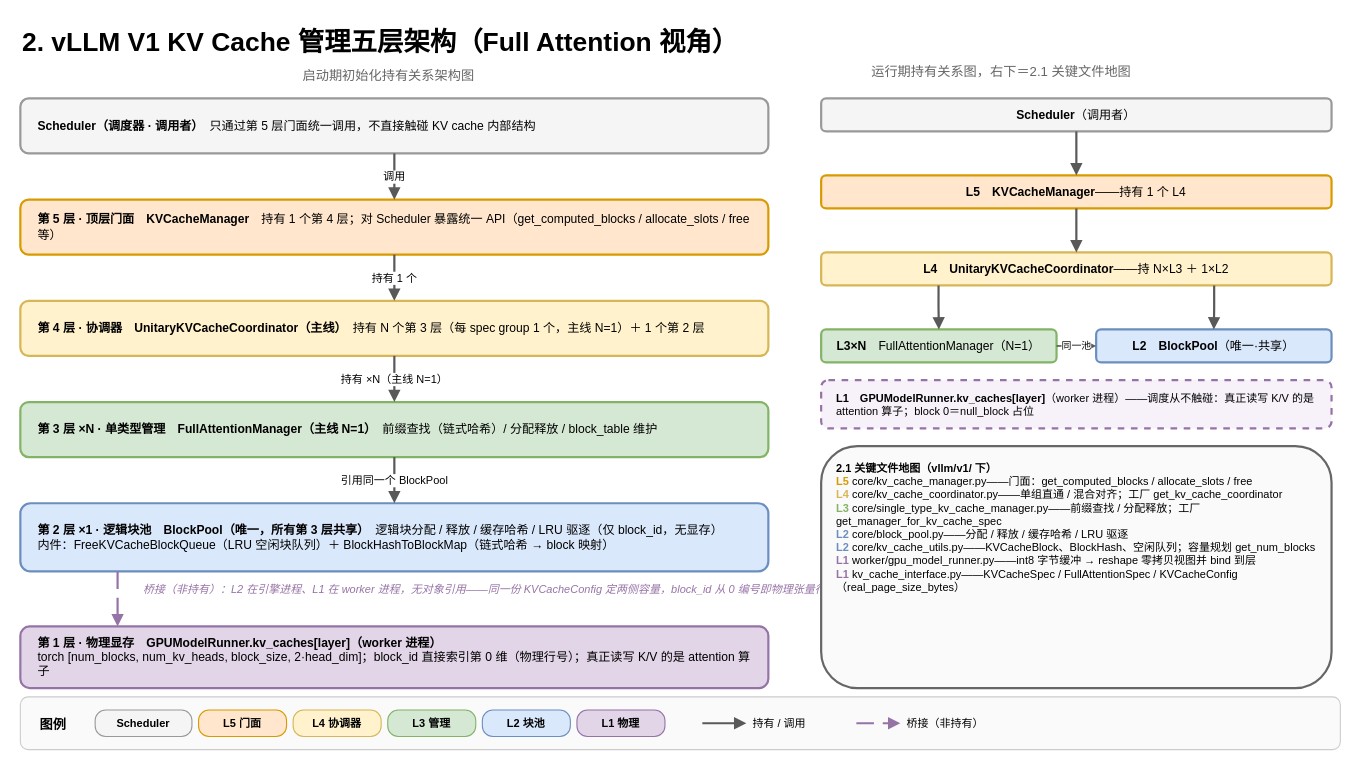
GoCHug/vllm keeps this draw.io diagram as page "2-五层架构总览" (2 of 4) of vllm/v1/core/kvcache_draw_ppt_v2/kv_cache_five_layer_arch.drawio. Above is the earlier version. Source tidied: cells renumbered, new cells numbered last; positions are measured from the earlier drawing's top-left corner, leaving out a move shared by most shapes. Both pictures are drawn from the tidied source at 110%, with x=0, y=0 at pixel (20, 19).
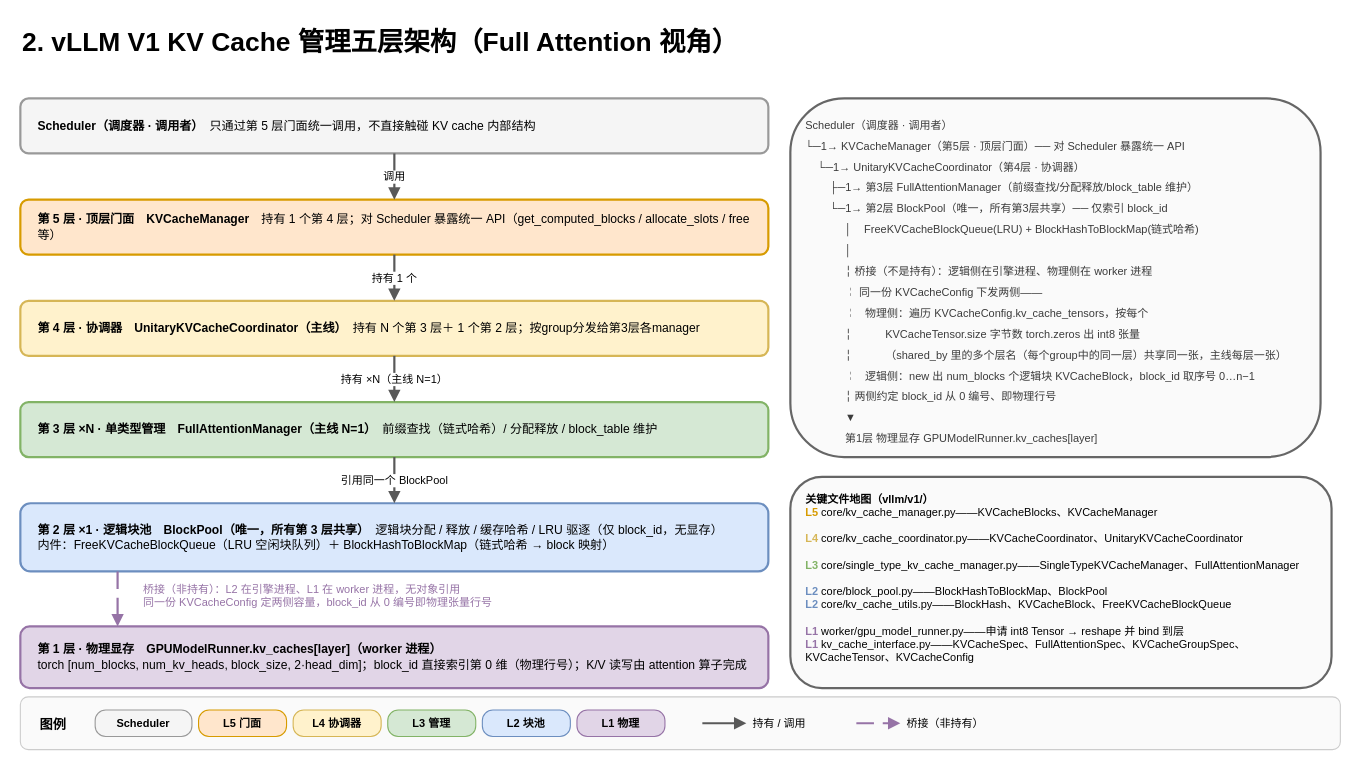
The same diagram, later.

The edit, as a diff of the source:
```diff
@@
-    <mxCell id="3" value="启动期初始化持有关系架构图" style="text;html=1;fontSize=12;align=left;fontColor=#666666;" parent="1" vertex="1">
-      <mxGeometry x="255" y="38" width="170" height="22" as="geometry" />
-    </mxCell>
@@
-    <mxCell id="6" value="&lt;b&gt;第 4 层 · 协调器　UnitaryKVCacheCoordinator（主线）&lt;/b&gt;　持有 N 个第 3 层（每 spec group 1 个，主线 N=1）＋ 1 个第 2 层" style="rounded=1;whiteSpace=wrap;html=1;verticalAlign=middle;align=left;spacingLeft=14;spacingRight=10;fontSize=11;fillColor=#fff2cc;strokeColor=#d6b656;strokeWidth=2;" parent="1" vertex="1">
+    <mxCell id="6" value="&lt;b&gt;第 4 层 · 协调器　UnitaryKVCacheCoordinator（主线）&lt;/b&gt;　持有 N 个第 3 层＋ 1 个第 2 层；按group分发给第3层各manager" style="rounded=1;whiteSpace=wrap;html=1;verticalAlign=middle;align=left;spacingLeft=14;spacingRight=10;fontSize=11;fillColor=#fff2cc;strokeColor=#d6b656;strokeWidth=2;" parent="1" vertex="1">
       <mxGeometry y="256" width="680" height="50" as="geometry" />
     </mxCell>
@@
-    <mxCell id="9" value="桥接（非持有）：L2 在引擎进程、L1 在 worker 进程，无对象引用——同一份 KVCacheConfig 定两侧容量，block_id 从 0 编号即物理张量行号" style="text;html=1;fontSize=10;align=left;spacingLeft=110;fontColor=#9673a6;fontStyle=2;" parent="1" vertex="1">
+    <mxCell id="9" value="&lt;span style=&quot;font-style: normal;&quot;&gt;桥接（非持有）：L2 在引擎进程、L1 在 worker 进程，无对象引用&lt;/span&gt;&lt;div&gt;&lt;span style=&quot;font-style: normal;&quot;&gt;同一份 KVCacheConfig 定两侧容量，block_id 从 0 编号即物理张量行号&lt;/span&gt;&lt;/div&gt;" style="text;html=1;fontSize=10;align=left;spacingLeft=110;fontColor=#9673a6;fontStyle=2;" parent="1" vertex="1">
       <mxGeometry y="506" width="680" height="38" as="geometry" />
     </mxCell>
-    <mxCell id="10" value="&lt;b&gt;第 1 层 · 物理显存　GPUModelRunner.kv_caches[layer]（worker 进程）&lt;/b&gt;&#10;torch [num_blocks, num_kv_heads, block_size, 2·head_dim]；block_id 直接索引第 0 维（物理行号）；真正读写 K/V 的是 attention 算子" style="rounded=1;whiteSpace=wrap;html=1;verticalAlign=middle;align=left;spacingLeft=14;spacingRight=10;fontSize=11;fillColor=#e1d5e7;strokeColor=#9673a6;strokeWidth=2;" parent="1" vertex="1">
+    <mxCell id="10" value="&lt;b&gt;第 1 层 · 物理显存　GPUModelRunner.kv_caches[layer]（worker 进程）&lt;/b&gt;&lt;br&gt;torch [num_blocks, num_kv_heads, block_size, 2·head_dim]；block_id 直接索引第 0 维（物理行号）；K/V 读写由 attention 算子完成" style="rounded=1;whiteSpace=wrap;html=1;verticalAlign=middle;align=left;spacingLeft=14;spacingRight=10;fontSize=11;fillColor=#e1d5e7;strokeColor=#9673a6;strokeWidth=2;" parent="1" vertex="1">
       <mxGeometry y="552" width="680" height="56" as="geometry" />
     </mxCell>
@@
-    <mxCell id="16" value="&lt;b&gt;Scheduler&lt;/b&gt;（调用者）" style="rounded=1;whiteSpace=wrap;html=1;fillColor=#f5f5f5;strokeColor=#999999;strokeWidth=2;verticalAlign=middle;align=center;fontSize=11;" parent="1" vertex="1">
-      <mxGeometry x="728" y="72" width="464" height="30" as="geometry" />
-    </mxCell>
-    <mxCell id="17" value="&lt;b&gt;L5　KVCacheManager&lt;/b&gt;——持有 1 个 L4" style="rounded=1;whiteSpace=wrap;html=1;fillColor=#ffe6cc;strokeColor=#d79b00;strokeWidth=2;verticalAlign=middle;align=center;fontSize=11;" parent="1" vertex="1">
-      <mxGeometry x="728" y="142" width="464" height="30" as="geometry" />
-    </mxCell>
-    <mxCell id="18" value="&lt;b&gt;L4　UnitaryKVCacheCoordinator&lt;/b&gt;——持 N×L3 ＋ 1×L2" style="rounded=1;whiteSpace=wrap;html=1;fillColor=#fff2cc;strokeColor=#d6b656;strokeWidth=2;verticalAlign=middle;align=center;fontSize=11;" parent="1" vertex="1">
-      <mxGeometry x="728" y="212" width="464" height="30" as="geometry" />
-    </mxCell>
-    <mxCell id="19" value="&lt;b&gt;L3×N&lt;/b&gt;　FullAttentionManager（N=1）" style="rounded=1;whiteSpace=wrap;html=1;fillColor=#d5e8d4;strokeColor=#82b366;strokeWidth=2;verticalAlign=middle;align=center;fontSize=11;" parent="1" vertex="1">
-      <mxGeometry x="728" y="282" width="214" height="30" as="geometry" />
-    </mxCell>
-    <mxCell id="20" value="&lt;b&gt;L2　BlockPool&lt;/b&gt;（唯一·共享）" style="rounded=1;whiteSpace=wrap;html=1;fillColor=#dae8fc;strokeColor=#6c8ebf;strokeWidth=2;verticalAlign=middle;align=center;fontSize=11;" parent="1" vertex="1">
-      <mxGeometry x="978" y="282" width="214" height="30" as="geometry" />
-    </mxCell>
-    <mxCell id="21" style="edgeStyle=orthogonalEdgeStyle;html=1;rounded=0;strokeColor=#595959;strokeWidth=2;endArrow=block;endFill=1;exitX=0.5;exitY=1;exitDx=0;exitDy=0;entryX=0.5;entryY=0;entryDx=0;entryDy=0;" parent="1" edge="1" source="16" target="17">
-      <mxGeometry relative="1" as="geometry" />
-    </mxCell>
-    <mxCell id="22" style="edgeStyle=orthogonalEdgeStyle;html=1;rounded=0;strokeColor=#595959;strokeWidth=2;endArrow=block;endFill=1;exitX=0.5;exitY=1;exitDx=0;exitDy=0;entryX=0.5;entryY=0;entryDx=0;entryDy=0;" parent="1" edge="1" source="17" target="18">
-      <mxGeometry relative="1" as="geometry" />
-    </mxCell>
-    <mxCell id="23" style="edgeStyle=orthogonalEdgeStyle;html=1;rounded=0;strokeColor=#595959;strokeWidth=2;endArrow=block;endFill=1;exitX=0.23;exitY=1;exitDx=0;exitDy=0;entryX=0.5;entryY=0;entryDx=0;entryDy=0;" parent="1" edge="1" source="18" target="19">
-      <mxGeometry relative="1" as="geometry" />
-    </mxCell>
-    <mxCell id="24" style="edgeStyle=orthogonalEdgeStyle;html=1;rounded=0;strokeColor=#595959;strokeWidth=2;endArrow=block;endFill=1;exitX=0.77;exitY=1;exitDx=0;exitDy=0;entryX=0.5;entryY=0;entryDx=0;entryDy=0;" parent="1" edge="1" source="18" target="20">
-      <mxGeometry relative="1" as="geometry" />
-    </mxCell>
-    <mxCell id="25" value="同一池" style="edgeStyle=orthogonalEdgeStyle;html=1;rounded=0;strokeColor=#595959;strokeWidth=1.5;endArrow=block;endFill=1;exitX=1;exitY=0.5;exitDx=0;exitDy=0;entryX=0;entryY=0.5;entryDx=0;entryDy=0;fontSize=9;labelBackgroundColor=#ffffff;" parent="1" edge="1" source="19" target="20">
-      <mxGeometry relative="1" as="geometry" />
-    </mxCell>
-    <mxCell id="26" value="&lt;b&gt;L1　GPUModelRunner.kv_caches[layer]&lt;/b&gt;（worker 进程）——调度从不触碰：真正读写 K/V 的是 attention 算子；block 0＝null_block 占位" style="rounded=1;whiteSpace=wrap;html=1;fillColor=#f7f2fa;strokeColor=#9673a6;strokeWidth=2;dashed=1;verticalAlign=middle;align=left;spacingLeft=12;spacingRight=8;fontSize=10;" parent="1" vertex="1">
-      <mxGeometry x="728" y="328" width="464" height="44" as="geometry" />
-    </mxCell>
-    <mxCell id="27" value="&lt;b&gt;2.1 关键文件地图（vllm/v1/ 下）&lt;/b&gt;&#10;&lt;font color=&quot;#d79b00&quot;&gt;&lt;b&gt;L5&lt;/b&gt;&lt;/font&gt; core/kv_cache_manager.py——门面：get_computed_blocks / allocate_slots / free&#10;&lt;font color=&quot;#d6b656&quot;&gt;&lt;b&gt;L4&lt;/b&gt;&lt;/font&gt; core/kv_cache_coordinator.py——单组直通 / 混合对齐；工厂 get_kv_cache_coordinator&#10;&lt;font color=&quot;#82b366&quot;&gt;&lt;b&gt;L3&lt;/b&gt;&lt;/font&gt; core/single_type_kv_cache_manager.py——前缀查找 / 分配释放；工厂 get_manager_for_kv_cache_spec&#10;&lt;font color=&quot;#6c8ebf&quot;&gt;&lt;b&gt;L2&lt;/b&gt;&lt;/font&gt; core/block_pool.py——分配 / 释放 / 缓存哈希 / LRU 驱逐&#10;&lt;font color=&quot;#6c8ebf&quot;&gt;&lt;b&gt;L2&lt;/b&gt;&lt;/font&gt; core/kv_cache_utils.py——KVCacheBlock、BlockHash、空闲队列；容量规划 get_num_blocks&#10;&lt;font color=&quot;#9673a6&quot;&gt;&lt;b&gt;L1&lt;/b&gt;&lt;/font&gt; worker/gpu_model_runner.py——int8 字节缓冲 → reshape 零拷贝视图并 bind 到层&#10;&lt;font color=&quot;#9673a6&quot;&gt;&lt;b&gt;L1&lt;/b&gt;&lt;/font&gt; kv_cache_interface.py——KVCacheSpec / FullAttentionSpec / KVCacheConfig（real_page_size_bytes）" style="rounded=1;whiteSpace=wrap;html=1;fillColor=#fafafa;strokeColor=#666666;strokeWidth=2;verticalAlign=top;spacingTop=8;spacingLeft=12;fontSize=10;align=left;" parent="1" vertex="1">
-      <mxGeometry x="728" y="388" width="464" height="220" as="geometry" />
+    <mxCell id="27" value="&lt;b&gt;关键文件地图（vllm/v1/）&lt;/b&gt;&lt;br&gt;&lt;font color=&quot;#d79b00&quot;&gt;&lt;b&gt;L5&lt;/b&gt;&lt;/font&gt; core/kv_cache_manager.py——KVCacheBlocks、KVCacheManager&lt;div&gt;&lt;br&gt;&lt;font color=&quot;#d6b656&quot;&gt;&lt;b&gt;L4&lt;/b&gt;&lt;/font&gt; core/kv_cache_coordinator.py——&lt;span style=&quot;background-color: transparent; color: light-dark(rgb(0, 0, 0), rgb(255, 255, 255));&quot;&gt;KVCacheCoordinator、UnitaryKVCacheCoordinator&lt;/span&gt;&lt;/div&gt;&lt;div&gt;&lt;br&gt;&lt;font color=&quot;#82b366&quot;&gt;&lt;b&gt;L3&lt;/b&gt;&lt;/font&gt; core/single_type_kv_cache_manager.py——&lt;span style=&quot;background-color: transparent; color: light-dark(rgb(0, 0, 0), rgb(255, 255, 255));&quot;&gt;SingleTypeKVCacheManager、FullAttentionManager&lt;/span&gt;&lt;/div&gt;&lt;div&gt;&lt;br&gt;&lt;font color=&quot;#6c8ebf&quot;&gt;&lt;b&gt;L2&lt;/b&gt;&lt;/font&gt; core/block_pool.py——&lt;span style=&quot;background-color: transparent; color: light-dark(rgb(0, 0, 0), rgb(255, 255, 255));&quot;&gt;BlockHashToBlockMap、&lt;/span&gt;&lt;span style=&quot;background-color: transparent; color: light-dark(rgb(0, 0, 0), rgb(255, 255, 255));&quot;&gt;BlockPool&lt;/span&gt;&lt;/div&gt;&lt;div&gt;&lt;font color=&quot;#6c8ebf&quot;&gt;&lt;b&gt;L2&lt;/b&gt;&lt;/font&gt; core/kv_cache_utils.py——&lt;span style=&quot;background-color: transparent; color: light-dark(rgb(0, 0, 0), rgb(255, 255, 255));&quot;&gt;BlockHash、&lt;/span&gt;&lt;span style=&quot;background-color: transparent; color: light-dark(rgb(0, 0, 0), rgb(255, 255, 255));&quot;&gt;KVCacheBlock、&lt;/span&gt;&lt;span style=&quot;background-color: transparent; color: light-dark(rgb(0, 0, 0), rgb(255, 255, 255));&quot;&gt;FreeKVCacheBlockQueue&lt;/span&gt;&lt;/div&gt;&lt;div&gt;&lt;br&gt;&lt;font color=&quot;#9673a6&quot;&gt;&lt;b&gt;L1&lt;/b&gt;&lt;/font&gt; worker/gpu_model_runner.py——申请 int8 Tensor → reshape 并 bind 到层&lt;br&gt;&lt;font color=&quot;#9673a6&quot;&gt;&lt;b&gt;L1&lt;/b&gt;&lt;/font&gt; kv_cache_interface.py——KVCacheSpec、&lt;span style=&quot;background-color: transparent; color: light-dark(rgb(0, 0, 0), rgb(255, 255, 255));&quot;&gt;FullAttentionSpec、&lt;/span&gt;&lt;span style=&quot;background-color: transparent; color: light-dark(rgb(0, 0, 0), rgb(255, 255, 255));&quot;&gt;KVCacheGroupSpec、&lt;/span&gt;&lt;span style=&quot;background-color: transparent; color: light-dark(rgb(0, 0, 0), rgb(255, 255, 255));&quot;&gt;KVCacheTensor、&lt;/span&gt;&lt;span style=&quot;background-color: transparent; color: light-dark(rgb(0, 0, 0), rgb(255, 255, 255));&quot;&gt;KVCacheConfig&lt;/span&gt;&lt;/div&gt;" style="rounded=1;whiteSpace=wrap;html=1;fillColor=#fafafa;strokeColor=#666666;strokeWidth=2;verticalAlign=top;spacingTop=8;spacingLeft=12;fontSize=10;align=left;" parent="1" vertex="1">
+      <mxGeometry x="700" y="416" width="492" height="192" as="geometry" />
     </mxCell>
@@
-    <mxCell id="40" value="运行期持有关系图，右下＝2.1 关键文件地图" style="text;html=1;fontSize=12;align=left;fontColor=#666666;" parent="1" vertex="1">
-      <mxGeometry x="772" y="34" width="170" height="22" as="geometry" />
-    </mxCell>
+    <mxCell id="41" value="&lt;div style=&quot;line-height: 19px; color: rgb(59, 59, 59);&quot;&gt;&lt;font color=&quot;#3b3b3b&quot;&gt;&lt;span style=&quot;white-space: pre;&quot;&gt;Scheduler（调度器 · 调用者）&lt;br&gt;└─1→ KVCacheManager（第5层 · 顶层门面）── 对 Scheduler 暴露统一 API&lt;br&gt;    └─1→ UnitaryKVCacheCoordinator（第4层 · 协调器）&lt;br&gt;        ├─1→ 第3层 FullAttentionManager（前缀查找/分配释放/block_table 维护）&lt;br&gt;        └─1→ 第2层 BlockPool（唯一，所有第3层共享）── 仅索引 block_id&lt;br&gt;             │    FreeKVCacheBlockQueue(LRU) + BlockHashToBlockMap(链式哈希)&lt;br&gt;             │&lt;br&gt;             ╎ 桥接（不是持有）：逻辑侧在引擎进程、物理侧在 worker 进程&lt;br&gt;             ╎ 同一份 KVCacheConfig 下发两侧——&lt;br&gt;             ╎   物理侧：遍历 KVCacheConfig.kv_cache_tensors，按每个&lt;br&gt;             ╎           KVCacheTensor.size 字节数 torch.zeros 出 int8 张量&lt;br&gt;             ╎           （shared_by 里的多个层名（每个group中的同一层）共享同一张，主线每层一张）&lt;br&gt;             ╎   逻辑侧：new 出 num_blocks 个逻辑块 KVCacheBlock，block_id 取序号 0…n−1&lt;br&gt;             ╎ 两侧约定 block_id 从 0 编号、即物理行号&lt;br&gt;             ▼&lt;br&gt;             第1层 物理显存 GPUModelRunner.kv_caches[layer]&lt;/span&gt;&lt;/font&gt;&lt;/div&gt;" style="rounded=1;whiteSpace=wrap;html=1;fillColor=#fafafa;strokeColor=#666666;strokeWidth=2;verticalAlign=top;spacingTop=8;spacingLeft=12;fontSize=10;align=left;fontFamily=Helvetica;fontColor=default;fontStyle=0;" parent="1" vertex="1">
+      <mxGeometry x="700" y="72" width="482" height="326" as="geometry" />
+    </mxCell>
```
